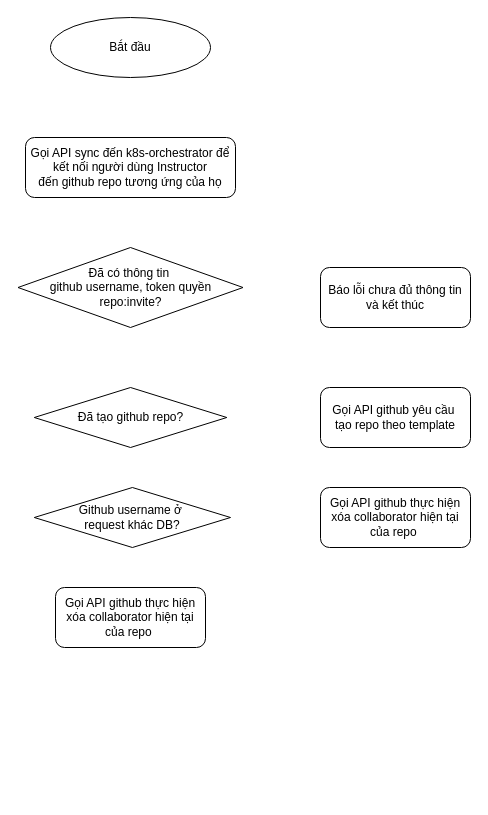
This is page "connect github repo" (6 of 7) of K8SCloudNut.drawio from hiep1097/drawio, a draw.io file, before an edit. Source tidied: cells renumbered, new cells numbered last; positions are measured from the earlier drawing's top-left corner, leaving out a move shared by most shapes. Both pictures are drawn from the tidied source at 100%, with x=0, y=0 at pixel (18, 17).
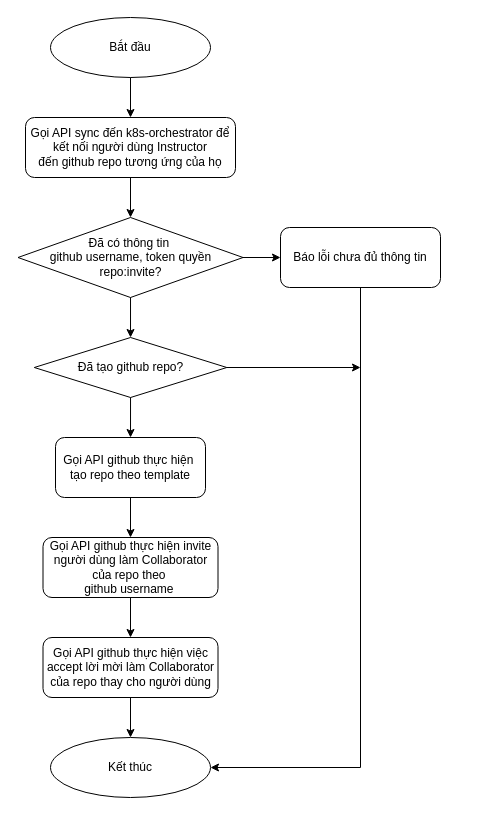
Above is the later version.

The change refers to these unchanged cells:
```xml
<mxCell id="2" value="Bắt đầu" style="ellipse;whiteSpace=wrap;html=1;" parent="1" vertex="1">
  <mxGeometry x="32" width="160" height="60" as="geometry" />
</mxCell>
```

What changed in the source:
```diff
@@
     <mxCell id="3" value="Gọi API sync đến k8s-orchestrator để kết nối người dùng Instructor đến&amp;nbsp;&lt;span style=&quot;background-color: initial;&quot;&gt;github repo&amp;nbsp;&lt;/span&gt;&lt;span style=&quot;background-color: initial;&quot;&gt;tương ứng của họ&lt;/span&gt;" style="rounded=1;whiteSpace=wrap;html=1;" parent="1" vertex="1">
-      <mxGeometry x="7" y="120" width="210" height="60" as="geometry" />
+      <mxGeometry x="7" y="100" width="210" height="60" as="geometry" />
     </mxCell>
     <mxCell id="4" value="Đã có thông tin&amp;nbsp;&lt;div&gt;github username, token quyền repo:invite?&lt;/div&gt;" style="rhombus;whiteSpace=wrap;html=1;" parent="1" vertex="1">
-      <mxGeometry x="-0.5" y="230" width="225" height="80" as="geometry" />
+      <mxGeometry x="-0.5" y="200" width="225" height="80" as="geometry" />
     </mxCell>
-    <mxCell id="5" value="Báo lỗi chưa đủ thông tin và kết thúc" style="rounded=1;whiteSpace=wrap;html=1;" parent="1" vertex="1">
-      <mxGeometry x="302" y="250" width="150" height="60" as="geometry" />
+    <mxCell id="5" value="Báo lỗi chưa đủ thông tin" style="rounded=1;whiteSpace=wrap;html=1;" parent="1" vertex="1">
+      <mxGeometry x="262" y="210" width="160" height="60" as="geometry" />
     </mxCell>
-    <mxCell id="6" value="Gọi API github yêu cầu&amp;nbsp;&lt;div&gt;tạo repo theo template&lt;/div&gt;" style="rounded=1;whiteSpace=wrap;html=1;" parent="1" vertex="1">
-      <mxGeometry x="302" y="370" width="150" height="60" as="geometry" />
+    <mxCell id="6" value="Gọi API github thực hiện&amp;nbsp;&lt;div&gt;tạo repo theo template&lt;/div&gt;" style="rounded=1;whiteSpace=wrap;html=1;" parent="1" vertex="1">
+      <mxGeometry x="37" y="420" width="150" height="60" as="geometry" />
     </mxCell>
     <mxCell id="7" value="Đã tạo github repo?" style="rhombus;whiteSpace=wrap;html=1;" parent="1" vertex="1">
-      <mxGeometry x="15.8" y="370" width="192.5" height="60" as="geometry" />
+      <mxGeometry x="15.8" y="320" width="192.5" height="60" as="geometry" />
     </mxCell>
-    <mxCell id="8" value="Github username ở&amp;nbsp;&lt;div&gt;request khác DB?&lt;/div&gt;" style="rhombus;whiteSpace=wrap;html=1;" parent="1" vertex="1">
-      <mxGeometry x="15.8" y="470" width="196.2" height="60" as="geometry" />
-    </mxCell>
-    <mxCell id="9" value="Gọi API github thực hiện xóa collaborator hiện tại của repo&amp;nbsp;" style="rounded=1;whiteSpace=wrap;html=1;" parent="1" vertex="1">
-      <mxGeometry x="302" y="470" width="150" height="60" as="geometry" />
-    </mxCell>
-    <mxCell id="10" value="Gọi API github thực hiện xóa collaborator hiện tại của repo&amp;nbsp;" style="rounded=1;whiteSpace=wrap;html=1;" parent="1" vertex="1">
-      <mxGeometry x="37" y="570" width="150" height="60" as="geometry" />
-    </mxCell>
+    <mxCell id="11" style="endArrow=classic;html=1;rounded=0;" parent="1" edge="1" source="2" target="3">
+      <mxGeometry relative="1" as="geometry" />
+    </mxCell>
+    <mxCell id="12" style="endArrow=classic;html=1;rounded=0;" parent="1" edge="1" source="3" target="4">
+      <mxGeometry relative="1" as="geometry" />
+    </mxCell>
+    <mxCell id="13" style="endArrow=classic;html=1;rounded=0;" parent="1" edge="1" source="4" target="7">
+      <mxGeometry relative="1" as="geometry" />
+    </mxCell>
+    <mxCell id="14" style="endArrow=classic;html=1;rounded=0;" parent="1" edge="1" source="4" target="5">
+      <mxGeometry relative="1" as="geometry" />
+    </mxCell>
+    <mxCell id="15" style="endArrow=classic;html=1;rounded=0;" parent="1" edge="1" source="7" target="6">
+      <mxGeometry relative="1" as="geometry" />
+    </mxCell>
+    <mxCell id="16" value="Gọi API github thực hiện invite người dùng làm Collaborator của repo theo&amp;nbsp;&lt;div&gt;github username&amp;nbsp;&lt;/div&gt;" style="rounded=1;whiteSpace=wrap;html=1;" parent="1" vertex="1">
+      <mxGeometry x="24.5" y="520" width="175" height="60" as="geometry" />
+    </mxCell>
+    <mxCell id="17" value="Gọi API github thực hiện việc accept lời mời làm Collaborator của repo thay cho người dùng" style="rounded=1;whiteSpace=wrap;html=1;" parent="1" vertex="1">
+      <mxGeometry x="24.5" y="620" width="175" height="60" as="geometry" />
+    </mxCell>
+    <mxCell id="18" value="Kết thúc" style="ellipse;whiteSpace=wrap;html=1;" parent="1" vertex="1">
+      <mxGeometry x="32" y="720" width="160" height="60" as="geometry" />
+    </mxCell>
+    <mxCell id="19" style="endArrow=classic;html=1;rounded=0;" parent="1" edge="1" source="6" target="16">
+      <mxGeometry relative="1" as="geometry" />
+    </mxCell>
+    <mxCell id="20" style="endArrow=classic;html=1;rounded=0;" parent="1" edge="1" source="16" target="17">
+      <mxGeometry relative="1" as="geometry" />
+    </mxCell>
+    <mxCell id="21" style="endArrow=classic;html=1;rounded=0;" parent="1" edge="1" source="17" target="18">
+      <mxGeometry relative="1" as="geometry" />
+    </mxCell>
+    <mxCell id="22" style="endArrow=classic;html=1;rounded=0;" parent="1" edge="1" source="5" target="18">
+      <mxGeometry relative="1" as="geometry">
+        <Array as="points">
+          <mxPoint x="342" y="750" />
+        </Array>
+      </mxGeometry>
+    </mxCell>
+    <mxCell id="23" style="endArrow=classic;html=1;rounded=0;" parent="1" edge="1" source="7">
+      <mxGeometry relative="1" as="geometry">
+        <mxPoint x="342" y="350" as="targetPoint" />
+      </mxGeometry>
+    </mxCell>
```
